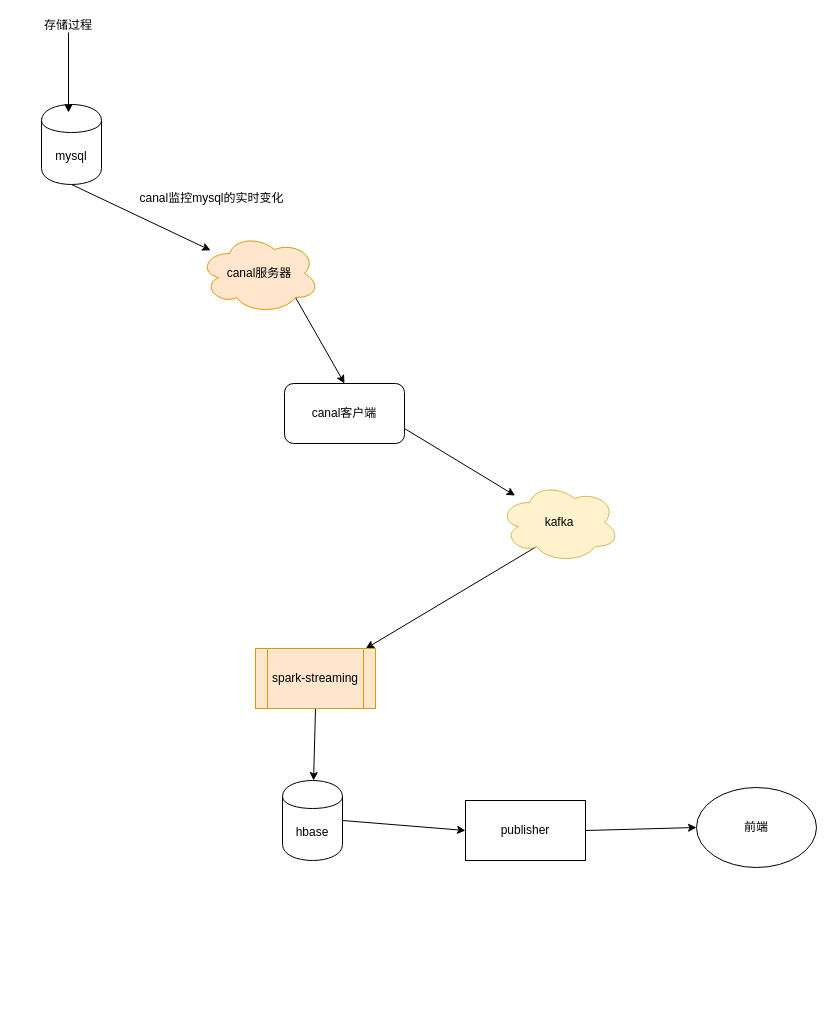
Earlier version of the draw.io diagram page "canal读取数据" (5 of 7) of 图示.drawio (zhenchao125/gmall1015). Source tidied: cells renumbered, new cells numbered last; positions are measured from the earlier drawing's top-left corner, leaving out a move shared by most shapes. Both pictures are drawn from the tidied source at 100%, with x=0, y=0 at pixel (17, 17).
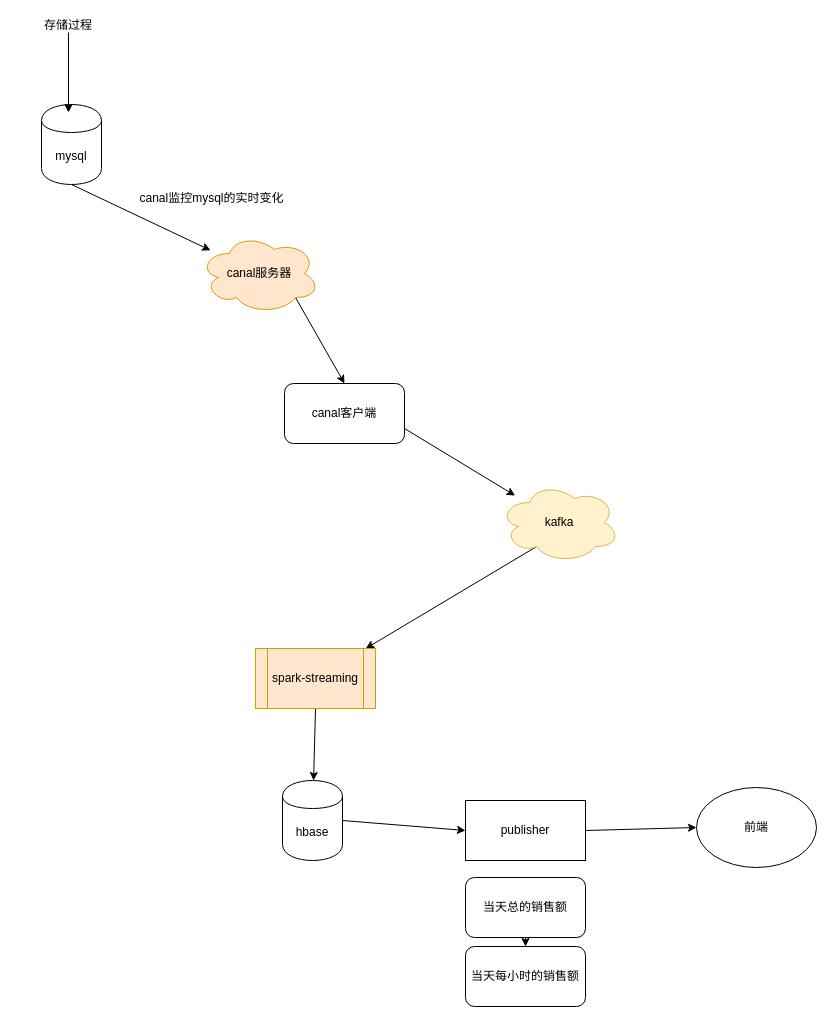
Above is the later version.

Change to the diagram source:
```diff
@@
+    <mxCell id="20" style="edgeStyle=none;rounded=0;jettySize=auto;html=1;" parent="1" edge="1" source="21" target="22">
+      <mxGeometry relative="1" as="geometry" />
+    </mxCell>
+    <mxCell id="21" value="当天总的销售额&lt;br&gt;" style="rounded=1;whiteSpace=wrap;html=1;" parent="1" vertex="1">
+      <mxGeometry x="448" y="860" width="120" height="60" as="geometry" />
+    </mxCell>
+    <mxCell id="22" value="当天每小时的销售额" style="rounded=1;whiteSpace=wrap;html=1;" parent="1" vertex="1">
+      <mxGeometry x="448" y="929" width="120" height="60" as="geometry" />
+    </mxCell>
```
